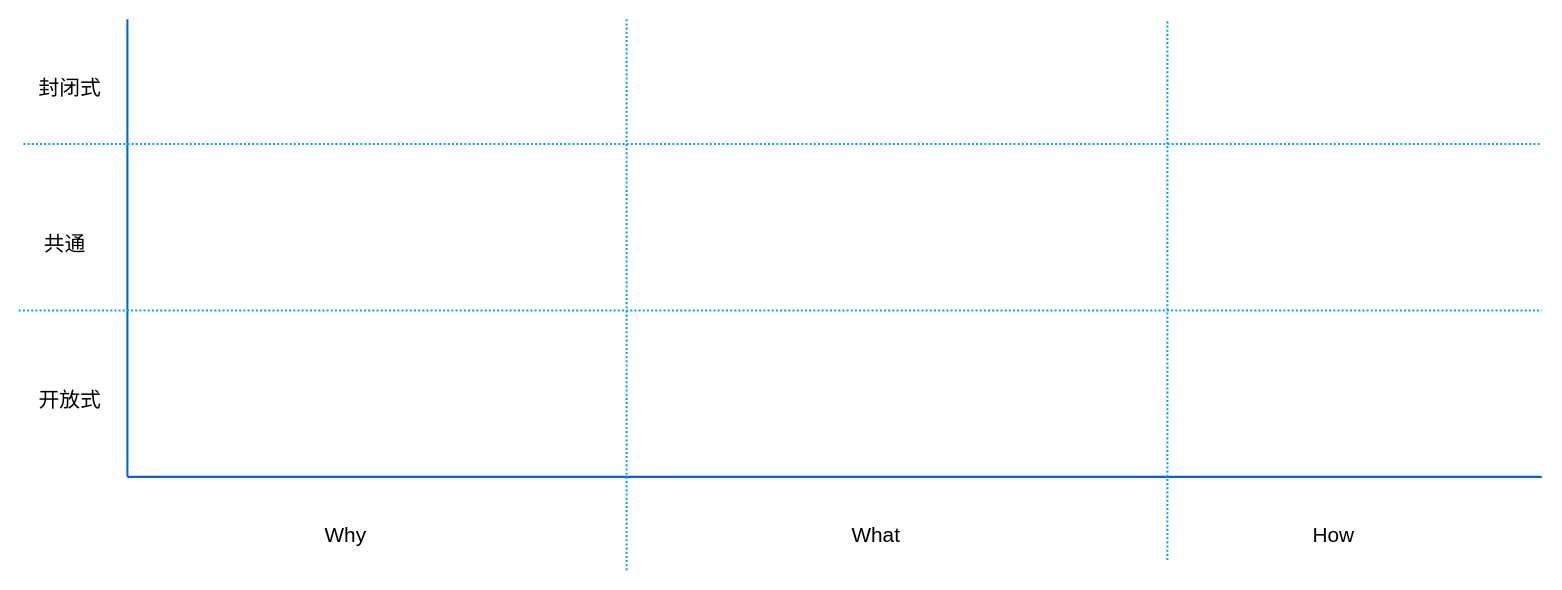
Earlier version of the draw.io diagram page "重启人生" (6 of 7) of 人生重启计划.drawio (youyusan/life_system). Source tidied: cells renumbered, new cells numbered last; positions are measured from the earlier drawing's top-left corner, leaving out a move shared by most shapes. Both pictures are drawn from the tidied source at 104%, with x=0, y=0 at pixel (19, 19).
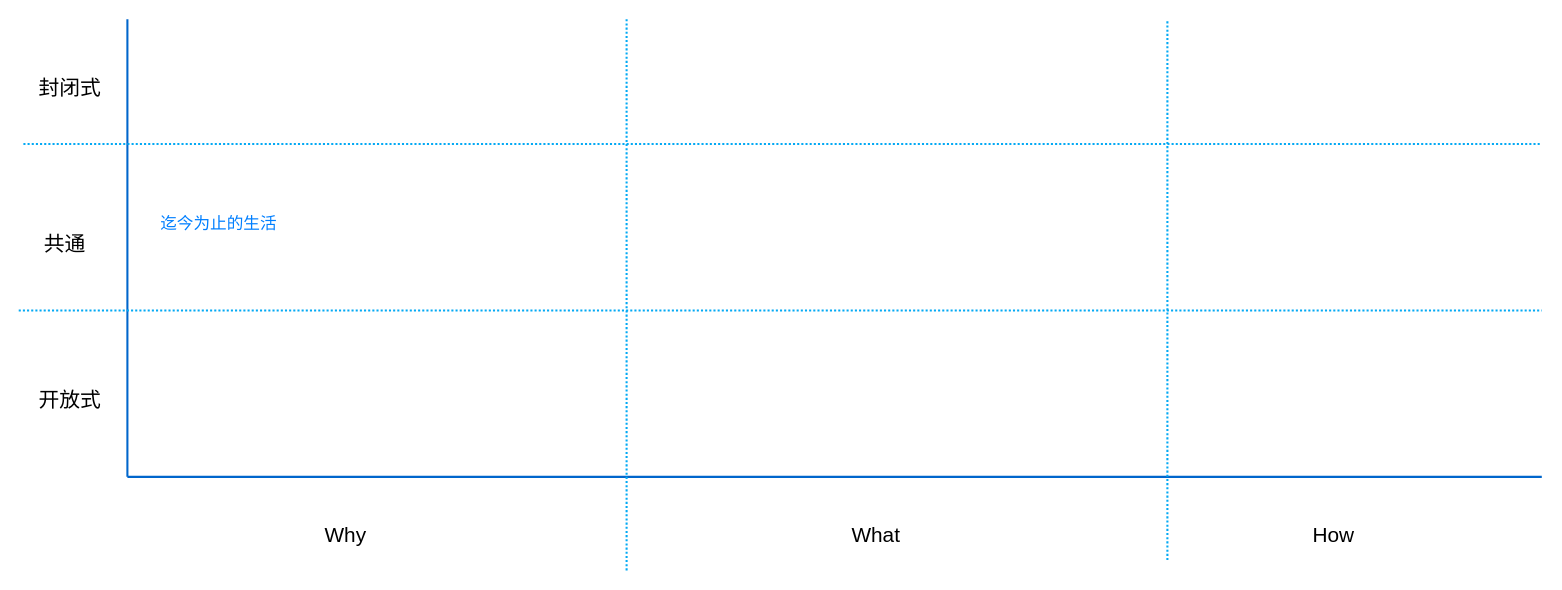
Above is the later version.

Commit message:
更新人生重启计划.drawio

What changed in the source:
```diff
@@
+    <mxCell id="15" value="迄今为止的生活" style="text;whiteSpace=wrap;fontFamily=Helvetica;fontSize=16;fontColor=#007FFF;" parent="1" vertex="1">
+      <mxGeometry x="134" y="180" width="120" height="40" as="geometry" />
+    </mxCell>
```
